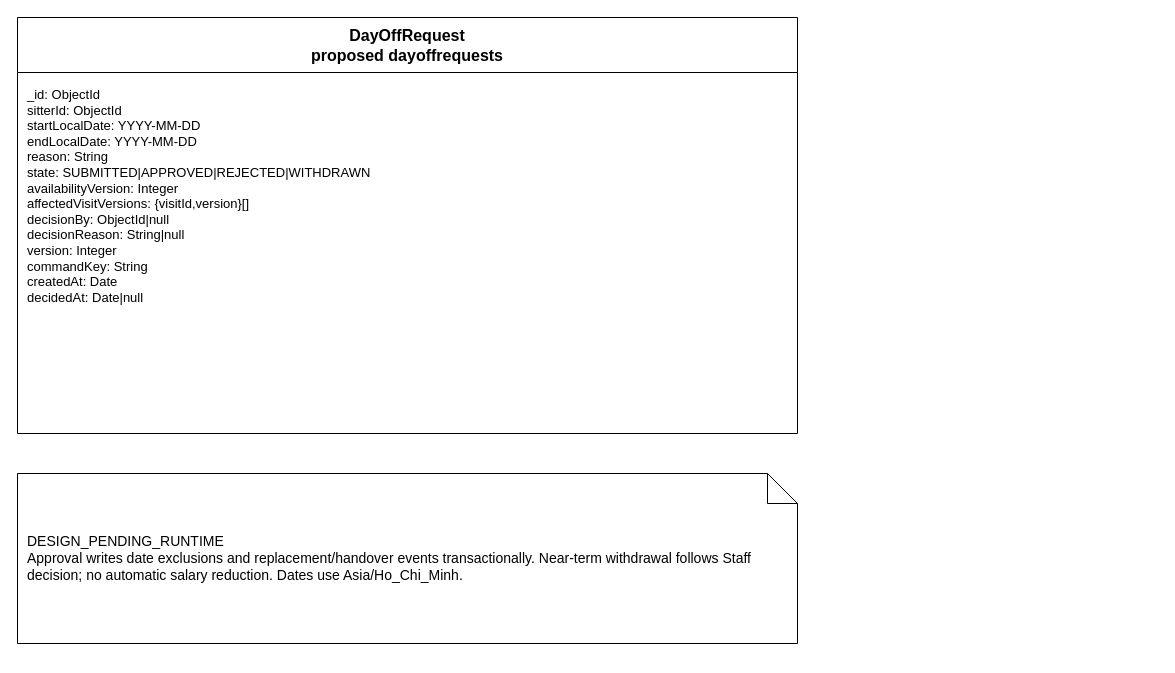
The draw.io diagram page "DayOffRequest — DESIGN_PENDING_RUNTIME" (2 of 11) of doc/reports/report4/database/planned-domain-schema.drawio in ngocthanhhx7/SEP490_G101_FALL2026, before the edit. Source tidied: cells renumbered, new cells numbered last; positions are measured from the earlier drawing's top-left corner, leaving out a move shared by most shapes. Both pictures are drawn from the tidied source at 100%, with x=0, y=0 at pixel (17, 17).
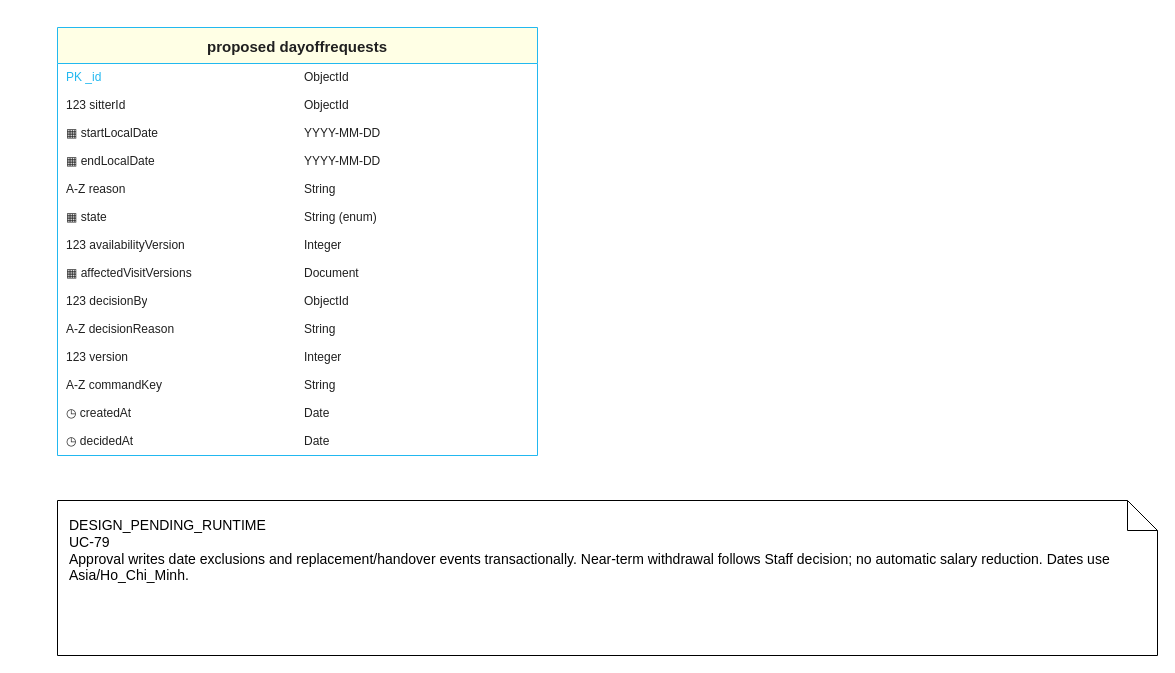
After the change.

The edit, as a diff of the source:
```diff
@@
-<mxGraphModel>
+<mxGraphModel background="#ffffff">
@@
-    <mxCell id="2" value="DayOffRequest&#10;proposed dayoffrequests" style="swimlane;startSize=55;whiteSpace=wrap;html=0;fontSize=16;" parent="1" vertex="1">
-      <mxGeometry width="780" height="416" as="geometry" />
-    </mxCell>
-    <mxCell id="3" value="_id: ObjectId&#10;sitterId: ObjectId&#10;startLocalDate: YYYY-MM-DD&#10;endLocalDate: YYYY-MM-DD&#10;reason: String&#10;state: SUBMITTED|APPROVED|REJECTED|WITHDRAWN&#10;availabilityVersion: Integer&#10;affectedVisitVersions: {visitId,version}[]&#10;decisionBy: ObjectId|null&#10;decisionReason: String|null&#10;version: Integer&#10;commandKey: String&#10;createdAt: Date&#10;decidedAt: Date|null" style="text;whiteSpace=wrap;html=0;align=left;verticalAlign=top;spacing=10;fontSize=13;" parent="2" vertex="1">
-      <mxGeometry y="55" width="780" height="361" as="geometry" />
-    </mxCell>
-    <mxCell id="4" value="DESIGN_PENDING_RUNTIME&#10;Approval writes date exclusions and replacement/handover events transactionally. Near-term withdrawal follows Staff decision; no automatic salary reduction. Dates use Asia/Ho_Chi_Minh." style="shape=note;whiteSpace=wrap;html=0;align=left;spacing=10;fontSize=14;" parent="1" vertex="1">
-      <mxGeometry y="456" width="780" height="170" as="geometry" />
-    </mxCell>
+    <mxCell id="5" value="proposed dayoffrequests" style="swimlane;startSize=36;horizontal=1;rounded=0;html=0;fillColor=#FFFFE5;swimlaneFillColor=#ffffff;strokeColor=#22B8F0;fontColor=#202020;fontSize=15;fontStyle=1;align=center;" parent="1" vertex="1">
+      <mxGeometry x="40" y="10" width="480" height="428" as="geometry" />
+    </mxCell>
+    <mxCell id="6" value="PK _id" style="text;html=0;whiteSpace=wrap;overflow=hidden;align=left;verticalAlign=middle;fontSize=12;fontColor=#22B8F0;spacingLeft=7;strokeColor=none;" parent="5" vertex="1">
+      <mxGeometry y="36" width="240" height="28" as="geometry" />
+    </mxCell>
+    <mxCell id="7" value="ObjectId" style="text;html=0;whiteSpace=wrap;overflow=hidden;align=left;verticalAlign=middle;fontSize=12;fontColor=#202020;spacingLeft=5;strokeColor=none;" parent="5" vertex="1">
+      <mxGeometry x="240" y="36" width="240" height="28" as="geometry" />
+    </mxCell>
+    <mxCell id="8" value="123 sitterId" style="text;html=0;whiteSpace=wrap;overflow=hidden;align=left;verticalAlign=middle;fontSize=12;fontColor=#202020;spacingLeft=7;strokeColor=none;" parent="5" vertex="1">
+      <mxGeometry y="64" width="240" height="28" as="geometry" />
+    </mxCell>
+    <mxCell id="9" value="ObjectId" style="text;html=0;whiteSpace=wrap;overflow=hidden;align=left;verticalAlign=middle;fontSize=12;fontColor=#202020;spacingLeft=5;strokeColor=none;" parent="5" vertex="1">
+      <mxGeometry x="240" y="64" width="240" height="28" as="geometry" />
+    </mxCell>
+    <mxCell id="10" value="▦ startLocalDate" style="text;html=0;whiteSpace=wrap;overflow=hidden;align=left;verticalAlign=middle;fontSize=12;fontColor=#202020;spacingLeft=7;strokeColor=none;" parent="5" vertex="1">
+      <mxGeometry y="92" width="240" height="28" as="geometry" />
+    </mxCell>
+    <mxCell id="11" value="YYYY-MM-DD" style="text;html=0;whiteSpace=wrap;overflow=hidden;align=left;verticalAlign=middle;fontSize=12;fontColor=#202020;spacingLeft=5;strokeColor=none;" parent="5" vertex="1">
+      <mxGeometry x="240" y="92" width="240" height="28" as="geometry" />
+    </mxCell>
+    <mxCell id="12" value="▦ endLocalDate" style="text;html=0;whiteSpace=wrap;overflow=hidden;align=left;verticalAlign=middle;fontSize=12;fontColor=#202020;spacingLeft=7;strokeColor=none;" parent="5" vertex="1">
+      <mxGeometry y="120" width="240" height="28" as="geometry" />
+    </mxCell>
+    <mxCell id="13" value="YYYY-MM-DD" style="text;html=0;whiteSpace=wrap;overflow=hidden;align=left;verticalAlign=middle;fontSize=12;fontColor=#202020;spacingLeft=5;strokeColor=none;" parent="5" vertex="1">
+      <mxGeometry x="240" y="120" width="240" height="28" as="geometry" />
+    </mxCell>
+    <mxCell id="14" value="A-Z reason" style="text;html=0;whiteSpace=wrap;overflow=hidden;align=left;verticalAlign=middle;fontSize=12;fontColor=#202020;spacingLeft=7;strokeColor=none;" parent="5" vertex="1">
+      <mxGeometry y="148" width="240" height="28" as="geometry" />
+    </mxCell>
+    <mxCell id="15" value="String" style="text;html=0;whiteSpace=wrap;overflow=hidden;align=left;verticalAlign=middle;fontSize=12;fontColor=#202020;spacingLeft=5;strokeColor=none;" parent="5" vertex="1">
+      <mxGeometry x="240" y="148" width="240" height="28" as="geometry" />
+    </mxCell>
+    <mxCell id="16" value="▦ state" style="text;html=0;whiteSpace=wrap;overflow=hidden;align=left;verticalAlign=middle;fontSize=12;fontColor=#202020;spacingLeft=7;strokeColor=none;" parent="5" vertex="1">
+      <mxGeometry y="176" width="240" height="28" as="geometry" />
+    </mxCell>
+    <mxCell id="17" value="String (enum)" style="text;html=0;whiteSpace=wrap;overflow=hidden;align=left;verticalAlign=middle;fontSize=12;fontColor=#202020;spacingLeft=5;strokeColor=none;" parent="5" vertex="1">
+      <mxGeometry x="240" y="176" width="240" height="28" as="geometry" />
+    </mxCell>
+    <mxCell id="18" value="123 availabilityVersion" style="text;html=0;whiteSpace=wrap;overflow=hidden;align=left;verticalAlign=middle;fontSize=12;fontColor=#202020;spacingLeft=7;strokeColor=none;" parent="5" vertex="1">
+      <mxGeometry y="204" width="240" height="28" as="geometry" />
+    </mxCell>
+    <mxCell id="19" value="Integer" style="text;html=0;whiteSpace=wrap;overflow=hidden;align=left;verticalAlign=middle;fontSize=12;fontColor=#202020;spacingLeft=5;strokeColor=none;" parent="5" vertex="1">
+      <mxGeometry x="240" y="204" width="240" height="28" as="geometry" />
+    </mxCell>
+    <mxCell id="20" value="▦ affectedVisitVersions" style="text;html=0;whiteSpace=wrap;overflow=hidden;align=left;verticalAlign=middle;fontSize=12;fontColor=#202020;spacingLeft=7;strokeColor=none;" parent="5" vertex="1">
+      <mxGeometry y="232" width="240" height="28" as="geometry" />
+    </mxCell>
+    <mxCell id="21" value="Document" style="text;html=0;whiteSpace=wrap;overflow=hidden;align=left;verticalAlign=middle;fontSize=12;fontColor=#202020;spacingLeft=5;strokeColor=none;" parent="5" vertex="1">
+      <mxGeometry x="240" y="232" width="240" height="28" as="geometry" />
+    </mxCell>
+    <mxCell id="22" value="123 decisionBy" style="text;html=0;whiteSpace=wrap;overflow=hidden;align=left;verticalAlign=middle;fontSize=12;fontColor=#202020;spacingLeft=7;strokeColor=none;" parent="5" vertex="1">
+      <mxGeometry y="260" width="240" height="28" as="geometry" />
+    </mxCell>
+    <mxCell id="23" value="ObjectId" style="text;html=0;whiteSpace=wrap;overflow=hidden;align=left;verticalAlign=middle;fontSize=12;fontColor=#202020;spacingLeft=5;strokeColor=none;" parent="5" vertex="1">
+      <mxGeometry x="240" y="260" width="240" height="28" as="geometry" />
+    </mxCell>
+    <mxCell id="24" value="A-Z decisionReason" style="text;html=0;whiteSpace=wrap;overflow=hidden;align=left;verticalAlign=middle;fontSize=12;fontColor=#202020;spacingLeft=7;strokeColor=none;" parent="5" vertex="1">
+      <mxGeometry y="288" width="240" height="28" as="geometry" />
+    </mxCell>
+    <mxCell id="25" value="String" style="text;html=0;whiteSpace=wrap;overflow=hidden;align=left;verticalAlign=middle;fontSize=12;fontColor=#202020;spacingLeft=5;strokeColor=none;" parent="5" vertex="1">
+      <mxGeometry x="240" y="288" width="240" height="28" as="geometry" />
+    </mxCell>
+    <mxCell id="26" value="123 version" style="text;html=0;whiteSpace=wrap;overflow=hidden;align=left;verticalAlign=middle;fontSize=12;fontColor=#202020;spacingLeft=7;strokeColor=none;" parent="5" vertex="1">
+      <mxGeometry y="316" width="240" height="28" as="geometry" />
+    </mxCell>
+    <mxCell id="27" value="Integer" style="text;html=0;whiteSpace=wrap;overflow=hidden;align=left;verticalAlign=middle;fontSize=12;fontColor=#202020;spacingLeft=5;strokeColor=none;" parent="5" vertex="1">
+      <mxGeometry x="240" y="316" width="240" height="28" as="geometry" />
+    </mxCell>
+    <mxCell id="28" value="A-Z commandKey" style="text;html=0;whiteSpace=wrap;overflow=hidden;align=left;verticalAlign=middle;fontSize=12;fontColor=#202020;spacingLeft=7;strokeColor=none;" parent="5" vertex="1">
+      <mxGeometry y="344" width="240" height="28" as="geometry" />
+    </mxCell>
+    <mxCell id="29" value="String" style="text;html=0;whiteSpace=wrap;overflow=hidden;align=left;verticalAlign=middle;fontSize=12;fontColor=#202020;spacingLeft=5;strokeColor=none;" parent="5" vertex="1">
+      <mxGeometry x="240" y="344" width="240" height="28" as="geometry" />
+    </mxCell>
+    <mxCell id="30" value="◷ createdAt" style="text;html=0;whiteSpace=wrap;overflow=hidden;align=left;verticalAlign=middle;fontSize=12;fontColor=#202020;spacingLeft=7;strokeColor=none;" parent="5" vertex="1">
+      <mxGeometry y="372" width="240" height="28" as="geometry" />
+    </mxCell>
+    <mxCell id="31" value="Date" style="text;html=0;whiteSpace=wrap;overflow=hidden;align=left;verticalAlign=middle;fontSize=12;fontColor=#202020;spacingLeft=5;strokeColor=none;" parent="5" vertex="1">
+      <mxGeometry x="240" y="372" width="240" height="28" as="geometry" />
+    </mxCell>
+    <mxCell id="32" value="◷ decidedAt" style="text;html=0;whiteSpace=wrap;overflow=hidden;align=left;verticalAlign=middle;fontSize=12;fontColor=#202020;spacingLeft=7;strokeColor=none;" parent="5" vertex="1">
+      <mxGeometry y="400" width="240" height="28" as="geometry" />
+    </mxCell>
+    <mxCell id="33" value="Date" style="text;html=0;whiteSpace=wrap;overflow=hidden;align=left;verticalAlign=middle;fontSize=12;fontColor=#202020;spacingLeft=5;strokeColor=none;" parent="5" vertex="1">
+      <mxGeometry x="240" y="400" width="240" height="28" as="geometry" />
+    </mxCell>
+    <mxCell id="34" value="DESIGN_PENDING_RUNTIME&#10;UC-79&#10;Approval writes date exclusions and replacement/handover events transactionally. Near-term withdrawal follows Staff decision; no automatic salary reduction. Dates use Asia/Ho_Chi_Minh." style="shape=note;html=0;whiteSpace=wrap;align=left;verticalAlign=top;spacing=12;fontSize=14;" parent="1" vertex="1">
+      <mxGeometry x="40" y="483" width="1100" height="155" as="geometry" />
+    </mxCell>
```
